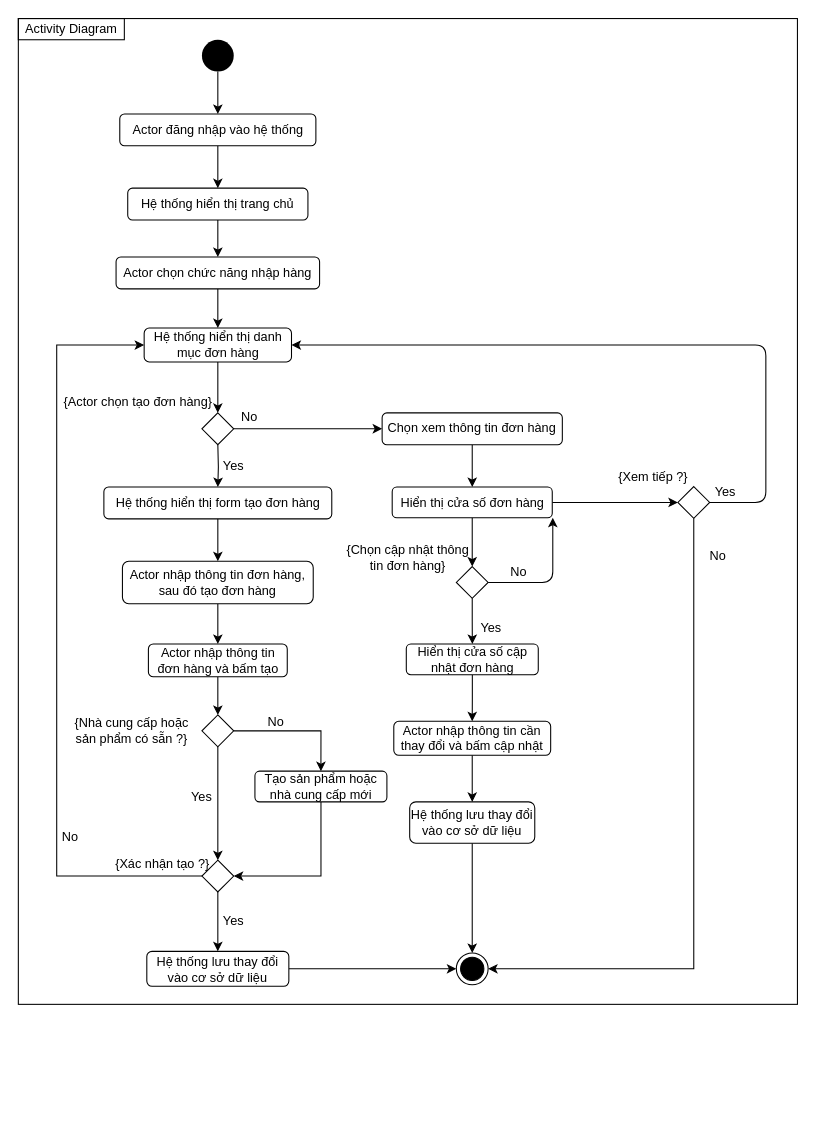
This is Thiết kế/Activity/Quản lí đặt hàng.drawio from CNPM-Team-1/CNPM, a draw.io file, before an edit. Source tidied: cells renumbered, new cells numbered last; positions are measured from the earlier drawing's top-left corner, leaving out a move shared by most shapes. Both pictures are drawn from the tidied source at 106%, with x=0, y=0 at pixel (18, 18).
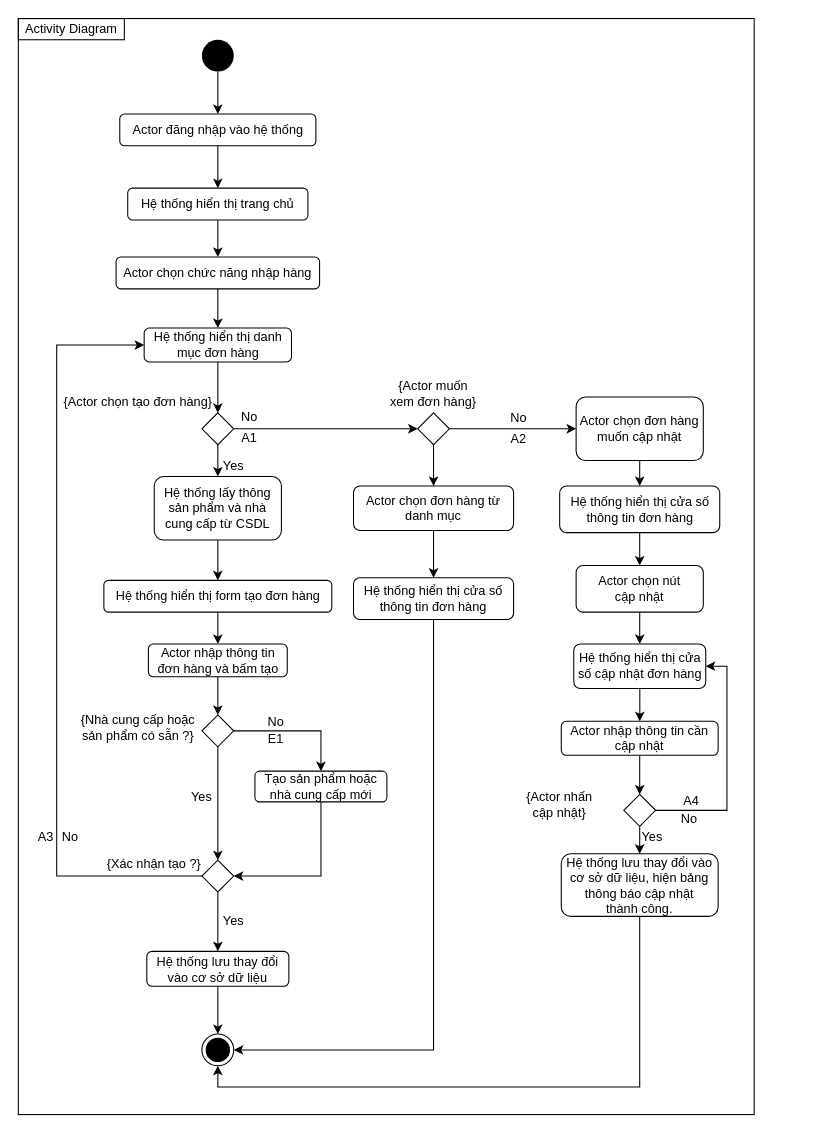
The same diagram, later.

Commit message (it also covers changes not shown here):
Update Usecase Format, Activity Quản lí đặt hàng, hóa đơn

The change refers to these unchanged cells:
```xml
<mxCell id="15" style="rhombus;fillColor=#FFFFFF;" parent="1" vertex="1">
  <mxGeometry x="173" y="372" width="30" height="30" as="geometry" />
</mxCell>
<mxCell id="29" value="Hệ thống hiển thị danh mục đơn hàng" style="rounded=1;whiteSpace=wrap;html=1;fillColor=#FFFFFF;" parent="1" vertex="1">
  <mxGeometry x="118.5" y="292" width="139" height="32" as="geometry" />
</mxCell>
<mxCell id="46" value="Actor nhập thông tin đơn hàng và bấm tạo" style="rounded=1;whiteSpace=wrap;html=1;fillColor=#FFFFFF;" parent="1" vertex="1">
  <mxGeometry x="122.5" y="590" width="131" height="31" as="geometry" />
</mxCell>
<mxCell id="48" value="Hệ thống lưu thay đổi vào cơ sở dữ liệu" style="rounded=1;whiteSpace=wrap;html=1;fillColor=#FFFFFF;" parent="1" vertex="1">
  <mxGeometry x="121" y="880" width="134" height="33" as="geometry" />
</mxCell>
```

Diff of the diagram source:
```diff
@@
     <mxCell id="2" style="rounded=0;whiteSpace=wrap;html=1;fillColor=none;" parent="1" vertex="1">
-      <mxGeometry x="-0.2" width="735" height="930" as="geometry" />
+      <mxGeometry x="-0.2" width="694.2" height="1034" as="geometry" />
     </mxCell>
@@
-    <mxCell id="9" style="edgeStyle=orthogonalEdgeStyle;rounded=0;jettySize=auto;html=1;" parent="1" edge="1" target="11">
-      <mxGeometry relative="1" as="geometry">
-        <mxPoint x="188" y="402" as="sourcePoint" />
-      </mxGeometry>
-    </mxCell>
-    <mxCell id="10" style="edgeStyle=orthogonalEdgeStyle;rounded=0;jettySize=auto;html=1;" parent="1" edge="1" source="11" target="13">
-      <mxGeometry relative="1" as="geometry" />
-    </mxCell>
+    <mxCell id="66" style="edgeStyle=orthogonalEdgeStyle;rounded=0;jettySize=auto;html=1;exitX=0.5;exitY=1;exitDx=0;exitDy=0;entryX=0.5;entryY=0;entryDx=0;entryDy=0;" parent="1" edge="1" source="11" target="46">
+      <mxGeometry relative="1" as="geometry" />
+    </mxCell>
     <mxCell id="11" value="&lt;div&gt;Hệ thống hiển thị form tạo đơn hàng&lt;/div&gt;" style="rounded=1;whiteSpace=wrap;html=1;fillColor=#FFFFFF;" parent="1" vertex="1">
-      <mxGeometry x="80.5" y="442" width="215" height="30" as="geometry" />
+      <mxGeometry x="80.5" y="530" width="215" height="30" as="geometry" />
     </mxCell>
-    <mxCell id="12" style="edgeStyle=orthogonalEdgeStyle;rounded=0;jettySize=auto;html=1;" parent="1" edge="1" source="13" target="46">
-      <mxGeometry relative="1" as="geometry" />
-    </mxCell>
-    <mxCell id="13" value="Actor nhập thông tin đơn hàng, sau đó tạo đơn hàng" style="rounded=1;whiteSpace=wrap;html=1;fillColor=#FFFFFF;" parent="1" vertex="1">
-      <mxGeometry x="98" y="512" width="180" height="40" as="geometry" />
-    </mxCell>
-    <mxCell id="14" style="edgeStyle=orthogonalEdgeStyle;rounded=0;jettySize=auto;html=1;entryX=0;entryY=0.5;entryDx=0;entryDy=0;" parent="1" edge="1" source="15" target="34">
-      <mxGeometry relative="1" as="geometry" />
-    </mxCell>
+    <mxCell id="67" style="edgeStyle=orthogonalEdgeStyle;rounded=0;jettySize=auto;html=1;exitX=0.5;exitY=1;exitDx=0;exitDy=0;entryX=0.5;entryY=0;entryDx=0;entryDy=0;" parent="1" edge="1" source="15" target="72">
+      <mxGeometry relative="1" as="geometry" />
+    </mxCell>
+    <mxCell id="68" style="edgeStyle=orthogonalEdgeStyle;rounded=0;jettySize=auto;html=1;exitX=1;exitY=0.5;exitDx=0;exitDy=0;entryX=0;entryY=0.5;entryDx=0;entryDy=0;" parent="1" edge="1" source="15" target="78">
+      <mxGeometry relative="1" as="geometry" />
+    </mxCell>
@@
     <mxCell id="19" style="ellipse;html=1;shape=endState;fillColor=#000000;strokeColor=#000000;" parent="1" vertex="1">
-      <mxGeometry x="413" y="881.5" width="30" height="30" as="geometry" />
+      <mxGeometry x="173" y="958" width="30" height="30" as="geometry" />
     </mxCell>
-    <mxCell id="20" style="edgeStyle=orthogonalEdgeStyle;rounded=0;jettySize=auto;html=1;" parent="1" edge="1" source="21" target="31">
-      <mxGeometry relative="1" as="geometry" />
-    </mxCell>
-    <mxCell id="21" style="rhombus;fillColor=#FFFFFF;" parent="1" vertex="1">
-      <mxGeometry x="413" y="517" width="30" height="30" as="geometry" />
-    </mxCell>
-    <mxCell id="22" value="&lt;div&gt;{Chọn cập nhật thông tin đơn hàng}&lt;/div&gt;" style="text;html=1;strokeColor=none;fillColor=none;align=center;verticalAlign=middle;whiteSpace=wrap;rounded=0;" parent="1" vertex="1">
-      <mxGeometry x="308" y="494" width="118.5" height="30" as="geometry" />
-    </mxCell>
-    <mxCell id="23" style="edgeStyle=orthogonalEdgeStyle;rounded=0;jettySize=auto;html=1;entryX=0;entryY=0.5;entryDx=0;entryDy=0;" parent="1" edge="1" source="25" target="36">
-      <mxGeometry relative="1" as="geometry" />
-    </mxCell>
-    <mxCell id="24" style="edgeStyle=orthogonalEdgeStyle;rounded=0;jettySize=auto;html=1;entryX=0.5;entryY=0;entryDx=0;entryDy=0;" parent="1" edge="1" source="25" target="21">
-      <mxGeometry relative="1" as="geometry" />
-    </mxCell>
+    <mxCell id="69" style="edgeStyle=orthogonalEdgeStyle;rounded=0;jettySize=auto;html=1;exitX=0.5;exitY=1;exitDx=0;exitDy=0;entryX=1;entryY=0.5;entryDx=0;entryDy=0;" parent="1" edge="1" source="25" target="19">
+      <mxGeometry relative="1" as="geometry" />
+    </mxCell>
-    <mxCell id="25" value="Hiển thị cửa số đơn hàng" style="rounded=1;whiteSpace=wrap;html=1;fillColor=#FFFFFF;" parent="1" vertex="1">
-      <mxGeometry x="352.5" y="442" width="151" height="29" as="geometry" />
+    <mxCell id="25" value="Hệ thống hiển thị cửa số thông tin đơn hàng" style="rounded=1;whiteSpace=wrap;html=1;fillColor=#FFFFFF;" parent="1" vertex="1">
+      <mxGeometry x="316" y="527.5" width="151" height="39.5" as="geometry" />
     </mxCell>
@@
-    <mxCell id="31" value="Hiển thị cửa số cập nhật đơn hàng" style="rounded=1;whiteSpace=wrap;html=1;fillColor=#FFFFFF;" parent="1" vertex="1">
-      <mxGeometry x="365.8" y="590" width="124.5" height="29" as="geometry" />
+    <mxCell id="31" value="Hệ thống hiển thị cửa số cập nhật đơn hàng" style="rounded=1;whiteSpace=wrap;html=1;fillColor=#FFFFFF;" parent="1" vertex="1">
+      <mxGeometry x="523.8" y="590" width="124.5" height="42" as="geometry" />
     </mxCell>
     <mxCell id="32" value="&lt;div&gt;Yes&lt;/div&gt;" style="text;html=1;strokeColor=none;fillColor=none;align=center;verticalAlign=middle;whiteSpace=wrap;rounded=0;" parent="1" vertex="1">
-      <mxGeometry x="430.5" y="565" width="30" height="20" as="geometry" />
+      <mxGeometry x="583" y="762" width="30" height="20" as="geometry" />
     </mxCell>
@@
-    <mxCell id="34" value="Chọn xem thông tin đơn hàng" style="rounded=1;whiteSpace=wrap;html=1;fillColor=#FFFFFF;" parent="1" vertex="1">
-      <mxGeometry x="343" y="372" width="170" height="30" as="geometry" />
+    <mxCell id="34" value="Actor chọn đơn hàng từ danh mục" style="rounded=1;whiteSpace=wrap;html=1;fillColor=#FFFFFF;" parent="1" vertex="1">
+      <mxGeometry x="316" y="441" width="151" height="42" as="geometry" />
     </mxCell>
-    <mxCell id="35" style="edgeStyle=orthogonalEdgeStyle;rounded=0;jettySize=auto;html=1;entryX=1;entryY=0.5;entryDx=0;entryDy=0;" parent="1" edge="1" source="36" target="19">
-      <mxGeometry relative="1" as="geometry">
-        <Array as="points">
-          <mxPoint x="637" y="897" />
-        </Array>
-      </mxGeometry>
-    </mxCell>
-    <mxCell id="36" style="rhombus;fillColor=#FFFFFF;" parent="1" vertex="1">
-      <mxGeometry x="622" y="441.5" width="30" height="30" as="geometry" />
-    </mxCell>
-    <mxCell id="37" value="{Xem tiếp ?}" style="text;html=1;strokeColor=none;fillColor=none;align=center;verticalAlign=middle;whiteSpace=wrap;rounded=0;" parent="1" vertex="1">
-      <mxGeometry x="564" y="424.5" width="70" height="17" as="geometry" />
-    </mxCell>
-    <mxCell id="38" value="Yes" style="text;html=1;strokeColor=none;fillColor=none;align=center;verticalAlign=middle;whiteSpace=wrap;rounded=0;" parent="1" vertex="1">
-      <mxGeometry x="652" y="437" width="30" height="20" as="geometry" />
-    </mxCell>
-    <mxCell id="39" value="&lt;div&gt;No&lt;/div&gt;" style="text;html=1;strokeColor=none;fillColor=none;align=center;verticalAlign=middle;whiteSpace=wrap;rounded=0;" parent="1" vertex="1">
-      <mxGeometry x="645" y="497" width="30" height="20" as="geometry" />
-    </mxCell>
-    <mxCell id="40" style="edgeStyle=elbowEdgeStyle;elbow=horizontal;endArrow=classic;html=1;exitX=1;exitY=0.5;exitDx=0;exitDy=0;entryX=1;entryY=0.5;entryDx=0;entryDy=0;" parent="1" edge="1" source="36" target="29">
-      <mxGeometry relative="1" as="geometry">
-        <Array as="points">
-          <mxPoint x="705" y="316" />
-        </Array>
-      </mxGeometry>
-    </mxCell>
-    <mxCell id="41" style="edgeStyle=orthogonalEdgeStyle;rounded=0;jettySize=auto;html=1;" parent="1" edge="1" source="42" target="44">
-      <mxGeometry relative="1" as="geometry" />
-    </mxCell>
+    <mxCell id="70" style="edgeStyle=orthogonalEdgeStyle;rounded=0;jettySize=auto;html=1;exitX=0.5;exitY=1;exitDx=0;exitDy=0;entryX=0.5;entryY=0;entryDx=0;entryDy=0;" parent="1" edge="1" source="42" target="88">
+      <mxGeometry relative="1" as="geometry" />
+    </mxCell>
-    <mxCell id="42" value="Actor nhập thông tin cần thay đổi và bấm cập nhật" style="rounded=1;whiteSpace=wrap;html=1;fillColor=#FFFFFF;" parent="1" vertex="1">
-      <mxGeometry x="354" y="663" width="148" height="32" as="geometry" />
+    <mxCell id="42" value="Actor nhập thông tin cần cập nhật" style="rounded=1;whiteSpace=wrap;html=1;fillColor=#FFFFFF;" parent="1" vertex="1">
+      <mxGeometry x="512" y="663" width="148" height="32" as="geometry" />
     </mxCell>
-    <mxCell id="43" style="edgeStyle=orthogonalEdgeStyle;rounded=0;jettySize=auto;html=1;" parent="1" edge="1" source="44" target="19">
+    <mxCell id="43" style="edgeStyle=orthogonalEdgeStyle;rounded=0;jettySize=auto;html=1;exitX=0.5;exitY=1;exitDx=0;exitDy=0;entryX=0.5;entryY=1;entryDx=0;entryDy=0;" parent="1" edge="1" source="44" target="19">
       <mxGeometry relative="1" as="geometry" />
     </mxCell>
-    <mxCell id="44" value="Hệ thống lưu thay đổi vào cơ sở dữ liệu" style="rounded=1;whiteSpace=wrap;html=1;fillColor=#FFFFFF;" parent="1" vertex="1">
-      <mxGeometry x="369" y="739" width="118" height="39" as="geometry" />
+    <mxCell id="44" value="Hệ thống lưu thay đổi vào cơ sở dữ liệu, hiện bảng thông báo cập nhật &lt;br&gt;thành công." style="rounded=1;whiteSpace=wrap;html=1;fillColor=#FFFFFF;" parent="1" vertex="1">
+      <mxGeometry x="512" y="788" width="148" height="59" as="geometry" />
     </mxCell>
@@
-    <mxCell id="47" style="edgeStyle=orthogonalEdgeStyle;rounded=0;jettySize=auto;html=1;entryX=0;entryY=0.5;entryDx=0;entryDy=0;" parent="1" edge="1" source="48" target="19">
+    <mxCell id="47" style="edgeStyle=orthogonalEdgeStyle;rounded=0;jettySize=auto;html=1;exitX=0.5;exitY=1;exitDx=0;exitDy=0;entryX=0.5;entryY=0;entryDx=0;entryDy=0;" parent="1" edge="1" source="48" target="19">
       <mxGeometry relative="1" as="geometry" />
     </mxCell>
@@
-    <mxCell id="49" style="edgeStyle=elbowEdgeStyle;elbow=horizontal;endArrow=classic;html=1;exitX=1;exitY=0.5;exitDx=0;exitDy=0;entryX=1;entryY=1;entryDx=0;entryDy=0;" parent="1" edge="1" source="21" target="25">
-      <mxGeometry relative="1" as="geometry">
-        <Array as="points">
-          <mxPoint x="504" y="525" />
-        </Array>
-      </mxGeometry>
-    </mxCell>
     <mxCell id="50" value="&lt;div&gt;No&lt;/div&gt;" style="text;html=1;strokeColor=none;fillColor=none;align=center;verticalAlign=middle;whiteSpace=wrap;rounded=0;" parent="1" vertex="1">
-      <mxGeometry x="457" y="512" width="30" height="20" as="geometry" />
+      <mxGeometry x="618.2" y="745" width="30" height="20" as="geometry" />
     </mxCell>
@@
     <mxCell id="54" value="{Xác nhận tạo ?}" style="text;html=1;strokeColor=none;fillColor=none;align=center;verticalAlign=middle;whiteSpace=wrap;rounded=0;" parent="1" vertex="1">
-      <mxGeometry x="89" y="788" width="94" height="20" as="geometry" />
+      <mxGeometry x="80.5" y="788" width="94" height="20" as="geometry" />
     </mxCell>
@@
     <mxCell id="60" value="{Nhà cung cấp hoặc sản phẩm có sẵn ?}" style="text;html=1;strokeColor=none;fillColor=none;align=center;verticalAlign=middle;whiteSpace=wrap;rounded=0;" parent="1" vertex="1">
-      <mxGeometry x="41" y="654" width="132" height="36" as="geometry" />
+      <mxGeometry x="47" y="651" width="132" height="36" as="geometry" />
     </mxCell>
@@
+    <mxCell id="71" style="edgeStyle=orthogonalEdgeStyle;rounded=0;jettySize=auto;html=1;exitX=0.5;exitY=1;exitDx=0;exitDy=0;entryX=0.5;entryY=0;entryDx=0;entryDy=0;" parent="1" edge="1" source="72" target="11">
+      <mxGeometry relative="1" as="geometry" />
+    </mxCell>
+    <mxCell id="72" value="Hệ thống lấy thông sản phẩm và nhà cung cấp từ CSDL" style="rounded=1;whiteSpace=wrap;html=1;" parent="1" vertex="1">
+      <mxGeometry x="128" y="432" width="120" height="60" as="geometry" />
+    </mxCell>
+    <mxCell id="73" value="A1" style="text;html=1;strokeColor=none;fillColor=none;align=center;verticalAlign=middle;whiteSpace=wrap;rounded=0;" parent="1" vertex="1">
+      <mxGeometry x="198" y="386" width="40" height="20" as="geometry" />
+    </mxCell>
+    <mxCell id="74" value="A3" style="text;html=1;strokeColor=none;fillColor=none;align=center;verticalAlign=middle;whiteSpace=wrap;rounded=0;" parent="1" vertex="1">
+      <mxGeometry x="6" y="762" width="40" height="20" as="geometry" />
+    </mxCell>
+    <mxCell id="75" value="E1" style="text;html=1;strokeColor=none;fillColor=none;align=center;verticalAlign=middle;whiteSpace=wrap;rounded=0;" parent="1" vertex="1">
+      <mxGeometry x="222.5" y="670" width="40" height="20" as="geometry" />
+    </mxCell>
+    <mxCell id="76" style="edgeStyle=orthogonalEdgeStyle;rounded=0;jettySize=auto;html=1;exitX=0.5;exitY=1;exitDx=0;exitDy=0;entryX=0.5;entryY=0;entryDx=0;entryDy=0;" parent="1" edge="1" source="78" target="34">
+      <mxGeometry relative="1" as="geometry" />
+    </mxCell>
+    <mxCell id="77" style="edgeStyle=orthogonalEdgeStyle;rounded=0;jettySize=auto;html=1;exitX=1;exitY=0.5;exitDx=0;exitDy=0;entryX=0;entryY=0.5;entryDx=0;entryDy=0;" parent="1" edge="1" source="78" target="81">
+      <mxGeometry relative="1" as="geometry" />
+    </mxCell>
+    <mxCell id="78" style="rhombus;" parent="1" vertex="1">
+      <mxGeometry x="376.5" y="372" width="30" height="30" as="geometry" />
+    </mxCell>
+    <mxCell id="79" value="{Actor muốn xem đơn hàng}" style="text;html=1;strokeColor=none;fillColor=none;align=center;verticalAlign=middle;whiteSpace=wrap;rounded=0;" parent="1" vertex="1">
+      <mxGeometry x="345" y="344" width="93" height="20" as="geometry" />
+    </mxCell>
+    <mxCell id="80" style="edgeStyle=orthogonalEdgeStyle;rounded=0;jettySize=auto;html=1;exitX=0.5;exitY=1;exitDx=0;exitDy=0;entryX=0.5;entryY=0;entryDx=0;entryDy=0;" parent="1" edge="1" source="81" target="83">
+      <mxGeometry relative="1" as="geometry" />
+    </mxCell>
+    <mxCell id="81" value="Actor chọn đơn hàng muốn cập nhật" style="rounded=1;whiteSpace=wrap;html=1;" parent="1" vertex="1">
+      <mxGeometry x="526" y="357" width="120" height="60" as="geometry" />
+    </mxCell>
+    <mxCell id="82" style="edgeStyle=orthogonalEdgeStyle;rounded=0;jettySize=auto;html=1;exitX=0.5;exitY=1;exitDx=0;exitDy=0;entryX=0.5;entryY=0;entryDx=0;entryDy=0;" parent="1" edge="1" source="83" target="85">
+      <mxGeometry relative="1" as="geometry" />
+    </mxCell>
+    <mxCell id="83" value="Hệ thống hiển thị cửa số thông tin đơn hàng" style="rounded=1;whiteSpace=wrap;html=1;fillColor=#FFFFFF;" parent="1" vertex="1">
+      <mxGeometry x="510.5" y="441" width="151" height="44" as="geometry" />
+    </mxCell>
+    <mxCell id="84" style="edgeStyle=orthogonalEdgeStyle;rounded=0;jettySize=auto;html=1;exitX=0.5;exitY=1;exitDx=0;exitDy=0;entryX=0.5;entryY=0;entryDx=0;entryDy=0;" parent="1" edge="1" source="85" target="31">
+      <mxGeometry relative="1" as="geometry" />
+    </mxCell>
+    <mxCell id="85" value="Actor chọn nút &lt;br&gt;cập nhật" style="rounded=1;whiteSpace=wrap;html=1;" parent="1" vertex="1">
+      <mxGeometry x="526" y="516" width="120" height="44" as="geometry" />
+    </mxCell>
+    <mxCell id="86" style="edgeStyle=orthogonalEdgeStyle;rounded=0;jettySize=auto;html=1;exitX=0.5;exitY=1;exitDx=0;exitDy=0;entryX=0.5;entryY=0;entryDx=0;entryDy=0;" parent="1" edge="1" source="88" target="44">
+      <mxGeometry relative="1" as="geometry" />
+    </mxCell>
+    <mxCell id="87" style="edgeStyle=orthogonalEdgeStyle;rounded=0;jettySize=auto;html=1;exitX=1;exitY=0.5;exitDx=0;exitDy=0;entryX=1;entryY=0.5;entryDx=0;entryDy=0;" parent="1" edge="1" source="88" target="31">
+      <mxGeometry relative="1" as="geometry" />
+    </mxCell>
+    <mxCell id="88" style="rhombus;" parent="1" vertex="1">
+      <mxGeometry x="571" y="732" width="30" height="30" as="geometry" />
+    </mxCell>
+    <mxCell id="89" value="{Actor nhấn cập nhật}" style="text;html=1;strokeColor=none;fillColor=none;align=center;verticalAlign=middle;whiteSpace=wrap;rounded=0;" parent="1" vertex="1">
+      <mxGeometry x="472" y="732" width="77" height="20" as="geometry" />
+    </mxCell>
+    <mxCell id="90" value="A2" style="text;html=1;strokeColor=none;fillColor=none;align=center;verticalAlign=middle;whiteSpace=wrap;rounded=0;" parent="1" vertex="1">
+      <mxGeometry x="452" y="387" width="40" height="20" as="geometry" />
+    </mxCell>
+    <mxCell id="39" value="No" style="text;html=1;strokeColor=none;fillColor=none;align=center;verticalAlign=middle;whiteSpace=wrap;rounded=0;" parent="1" vertex="1">
+      <mxGeometry x="452" y="367" width="40" height="20" as="geometry" />
+    </mxCell>
+    <mxCell id="91" value="A4" style="text;html=1;strokeColor=none;fillColor=none;align=center;verticalAlign=middle;whiteSpace=wrap;rounded=0;" parent="1" vertex="1">
+      <mxGeometry x="615" y="728" width="40" height="20" as="geometry" />
+    </mxCell>
```
